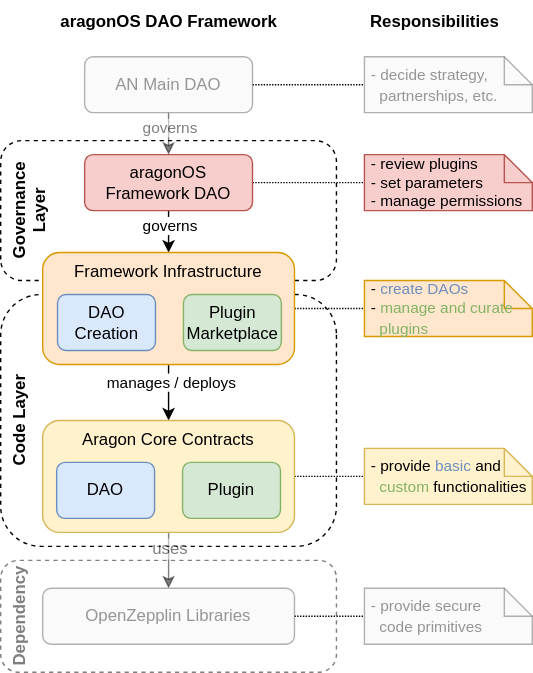
Above: docs/core/01-how-it-works/02-the-dao-framework/aragon-os-architecture-Overview.drawio.svg in aragon/developer-portal (draw.io), before the change. Source tidied: cells renumbered, new cells last; positions are measured from the earlier drawing's top-left corner, leaving out a move shared by most shapes.
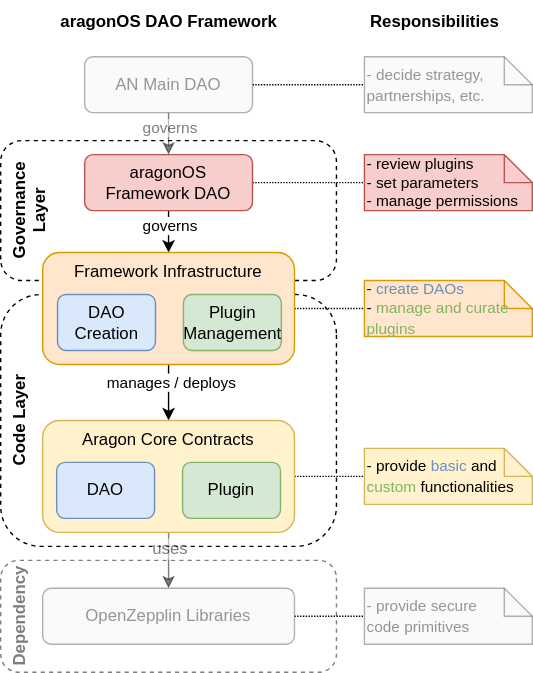
Later version of the same file.

Commit message:
Trying to avoid the term "marketplace"

The edit, as a diff of the source:
```diff
@@ -109,7 +109,7 @@
     <mxCell id="34" value="DAO Creation" style="rounded=1;whiteSpace=wrap;html=1;verticalAlign=middle;fontStyle=0;fillColor=#dae8fc;strokeColor=#6c8ebf;" parent="32" vertex="1">
       <mxGeometry x="10.6" y="30" width="70" height="40" as="geometry" />
     </mxCell>
-    <mxCell id="35" value="Plugin&lt;br&gt;Marketplace" style="rounded=1;whiteSpace=wrap;html=1;verticalAlign=middle;fontStyle=0;fillColor=#d5e8d4;strokeColor=#82b366;" parent="32" vertex="1">
+    <mxCell id="35" value="Plugin&lt;br&gt;Management" style="rounded=1;whiteSpace=wrap;html=1;verticalAlign=middle;fontStyle=0;fillColor=#d5e8d4;strokeColor=#82b366;" parent="32" vertex="1">
       <mxGeometry x="100.6" y="30" width="70" height="40" as="geometry" />
     </mxCell>
   </root>
```
